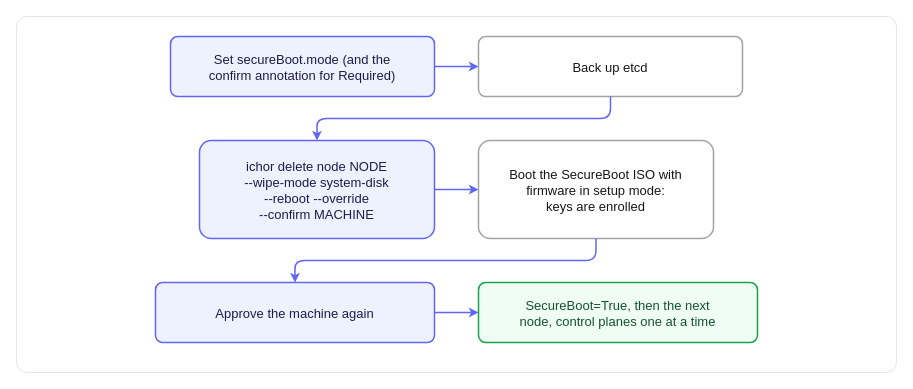
Before: docs/images/hardening-secureboot-move.drawio in maeshinshin/ichor, a draw.io diagram. Source tidied: cells renumbered, new cells numbered last; positions are measured from the earlier drawing's top-left corner, leaving out a move shared by most shapes. Both pictures are drawn from the tidied source at 100%, with x=0, y=0 at pixel (16, 16).
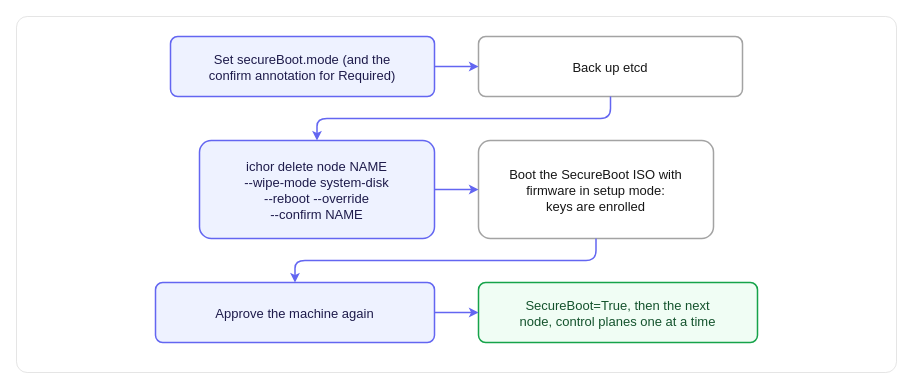
After the change.

Commit message (it also covers changes not shown here):
docs(hardening): the diagrams name the node as NAME, as the pages do

The edit, as a diff of the source:
```diff
@@
 <mxGraphModel>
   <root>
     <mxCell id="0" />
     <mxCell id="1" parent="0" />
     <mxCell id="2" style="rounded=1;arcSize=3;fillColor=light-dark(#FFFFFF,#0A0A0A);strokeColor=light-dark(#E5E5E5,#262626);strokeWidth=1;html=0;" parent="1" vertex="1">
       <mxGeometry width="880" height="356" as="geometry" />
     </mxCell>
     <mxCell id="3" value="Set secureBoot.mode (and the&#10;confirm annotation for Required)" style="rounded=1;arcSize=12;fillColor=light-dark(#EEF2FF,#232553);strokeColor=light-dark(#6366F1,#818CF8);strokeWidth=1.5;fontColor=light-dark(#1E1B4B,#E0E7FF);fontFamily=Helvetica;fontSize=13;align=center;verticalAlign=middle;html=0;" parent="1" vertex="1">
       <mxGeometry x="154" y="20" width="264" height="60" as="geometry" />
     </mxCell>
     <mxCell id="4" value="Back up etcd" style="rounded=1;arcSize=12;fillColor=light-dark(#FFFFFF,#1A1A1A);strokeColor=light-dark(#A3A3A3,#525252);strokeWidth=1.5;fontColor=light-dark(#171717,#FAFAFA);fontFamily=Helvetica;fontSize=13;align=center;verticalAlign=middle;html=0;" parent="1" vertex="1">
       <mxGeometry x="462" y="20" width="264" height="60" as="geometry" />
     </mxCell>
-    <mxCell id="5" value="ichor delete node NODE&#10;--wipe-mode system-disk&#10;--reboot --override&#10;--confirm MACHINE" style="rounded=1;arcSize=12;fillColor=light-dark(#EEF2FF,#232553);strokeColor=light-dark(#6366F1,#818CF8);strokeWidth=1.5;fontColor=light-dark(#1E1B4B,#E0E7FF);fontFamily=Helvetica;fontSize=13;align=center;verticalAlign=middle;html=0;" parent="1" vertex="1">
+    <mxCell id="5" value="ichor delete node NAME&#10;--wipe-mode system-disk&#10;--reboot --override&#10;--confirm NAME" style="rounded=1;arcSize=12;fillColor=light-dark(#EEF2FF,#232553);strokeColor=light-dark(#6366F1,#818CF8);strokeWidth=1.5;fontColor=light-dark(#1E1B4B,#E0E7FF);fontFamily=Helvetica;fontSize=13;align=center;verticalAlign=middle;html=0;" parent="1" vertex="1">
       <mxGeometry x="183" y="124" width="235" height="98" as="geometry" />
     </mxCell>
     <mxCell id="6" value="Boot the SecureBoot ISO with&#10;firmware in setup mode:&#10;keys are enrolled" style="rounded=1;arcSize=12;fillColor=light-dark(#FFFFFF,#1A1A1A);strokeColor=light-dark(#A3A3A3,#525252);strokeWidth=1.5;fontColor=light-dark(#171717,#FAFAFA);fontFamily=Helvetica;fontSize=13;align=center;verticalAlign=middle;html=0;" parent="1" vertex="1">
       <mxGeometry x="462" y="124" width="235" height="98" as="geometry" />
     </mxCell>
     <mxCell id="7" value="Approve the machine again" style="rounded=1;arcSize=12;fillColor=light-dark(#EEF2FF,#232553);strokeColor=light-dark(#6366F1,#818CF8);strokeWidth=1.5;fontColor=light-dark(#1E1B4B,#E0E7FF);fontFamily=Helvetica;fontSize=13;align=center;verticalAlign=middle;html=0;" parent="1" vertex="1">
       <mxGeometry x="139" y="266" width="279" height="60" as="geometry" />
     </mxCell>
     <mxCell id="8" value="SecureBoot=True, then the next&#10;node, control planes one at a time" style="rounded=1;arcSize=12;fillColor=light-dark(#F0FDF4,#0E2A1B);strokeColor=light-dark(#16A34A,#4ADE80);strokeWidth=1.5;fontColor=light-dark(#14532D,#BBF7D0);fontFamily=Helvetica;fontSize=13;align=center;verticalAlign=middle;html=0;" parent="1" vertex="1">
       <mxGeometry x="462" y="266" width="279" height="60" as="geometry" />
     </mxCell>
     <mxCell id="9" style="edgeStyle=orthogonalEdgeStyle;rounded=1;jettySize=auto;strokeColor=light-dark(#6366F1,#818CF8);strokeWidth=1.5;endArrow=classic;endFill=1;endSize=5;startArrow=none;startFill=1;startSize=5;fontColor=light-dark(#404040,#D4D4D4);fontFamily=Helvetica;fontSize=12;labelBackgroundColor=light-dark(#FFFFFF,#0A0A0A);exitX=1;exitY=0.5;exitDx=0;exitDy=0;entryX=0;entryY=0.5;entryDx=0;entryDy=0;html=0;" parent="1" edge="1" source="3" target="4">
       <mxGeometry relative="1" as="geometry" />
     </mxCell>
     <mxCell id="10" style="edgeStyle=orthogonalEdgeStyle;rounded=1;jettySize=auto;strokeColor=light-dark(#6366F1,#818CF8);strokeWidth=1.5;endArrow=classic;endFill=1;endSize=5;startArrow=none;startFill=1;startSize=5;fontColor=light-dark(#404040,#D4D4D4);fontFamily=Helvetica;fontSize=12;labelBackgroundColor=light-dark(#FFFFFF,#0A0A0A);exitX=0.5;exitY=1;exitDx=0;exitDy=0;entryX=0.5;entryY=0;entryDx=0;entryDy=0;html=0;" parent="1" edge="1" source="4" target="5">
       <mxGeometry relative="1" as="geometry" />
     </mxCell>
     <mxCell id="11" style="edgeStyle=orthogonalEdgeStyle;rounded=1;jettySize=auto;strokeColor=light-dark(#6366F1,#818CF8);strokeWidth=1.5;endArrow=classic;endFill=1;endSize=5;startArrow=none;startFill=1;startSize=5;fontColor=light-dark(#404040,#D4D4D4);fontFamily=Helvetica;fontSize=12;labelBackgroundColor=light-dark(#FFFFFF,#0A0A0A);exitX=1;exitY=0.5;exitDx=0;exitDy=0;entryX=0;entryY=0.5;entryDx=0;entryDy=0;html=0;" parent="1" edge="1" source="5" target="6">
       <mxGeometry relative="1" as="geometry" />
     </mxCell>
     <mxCell id="12" style="edgeStyle=orthogonalEdgeStyle;rounded=1;jettySize=auto;strokeColor=light-dark(#6366F1,#818CF8);strokeWidth=1.5;endArrow=classic;endFill=1;endSize=5;startArrow=none;startFill=1;startSize=5;fontColor=light-dark(#404040,#D4D4D4);fontFamily=Helvetica;fontSize=12;labelBackgroundColor=light-dark(#FFFFFF,#0A0A0A);exitX=0.5;exitY=1;exitDx=0;exitDy=0;entryX=0.5;entryY=0;entryDx=0;entryDy=0;html=0;" parent="1" edge="1" source="6" target="7">
       <mxGeometry relative="1" as="geometry" />
     </mxCell>
     <mxCell id="13" style="edgeStyle=orthogonalEdgeStyle;rounded=1;jettySize=auto;strokeColor=light-dark(#6366F1,#818CF8);strokeWidth=1.5;endArrow=classic;endFill=1;endSize=5;startArrow=none;startFill=1;startSize=5;fontColor=light-dark(#404040,#D4D4D4);fontFamily=Helvetica;fontSize=12;labelBackgroundColor=light-dark(#FFFFFF,#0A0A0A);exitX=1;exitY=0.5;exitDx=0;exitDy=0;entryX=0;entryY=0.5;entryDx=0;entryDy=0;html=0;" parent="1" edge="1" source="7" target="8">
       <mxGeometry relative="1" as="geometry" />
     </mxCell>
   </root>
 </mxGraphModel>
```
